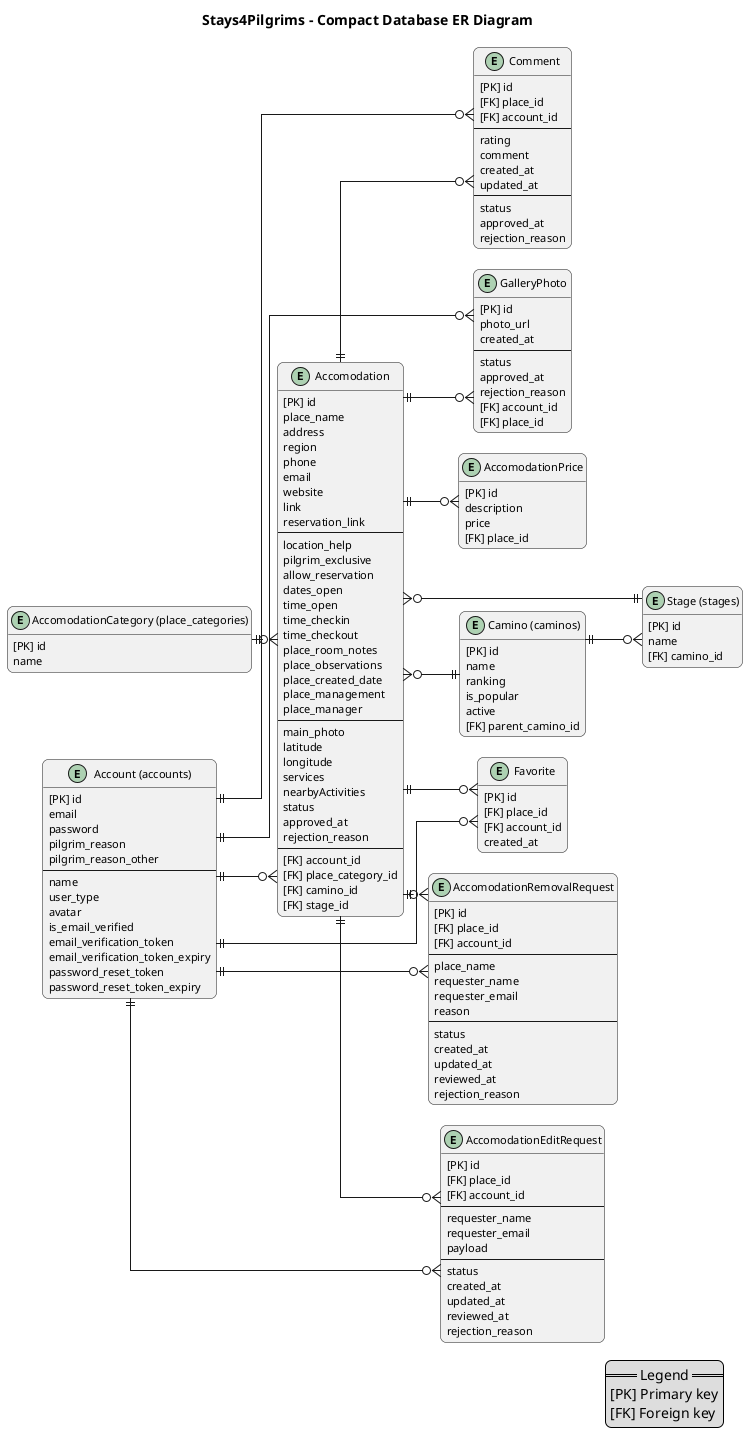
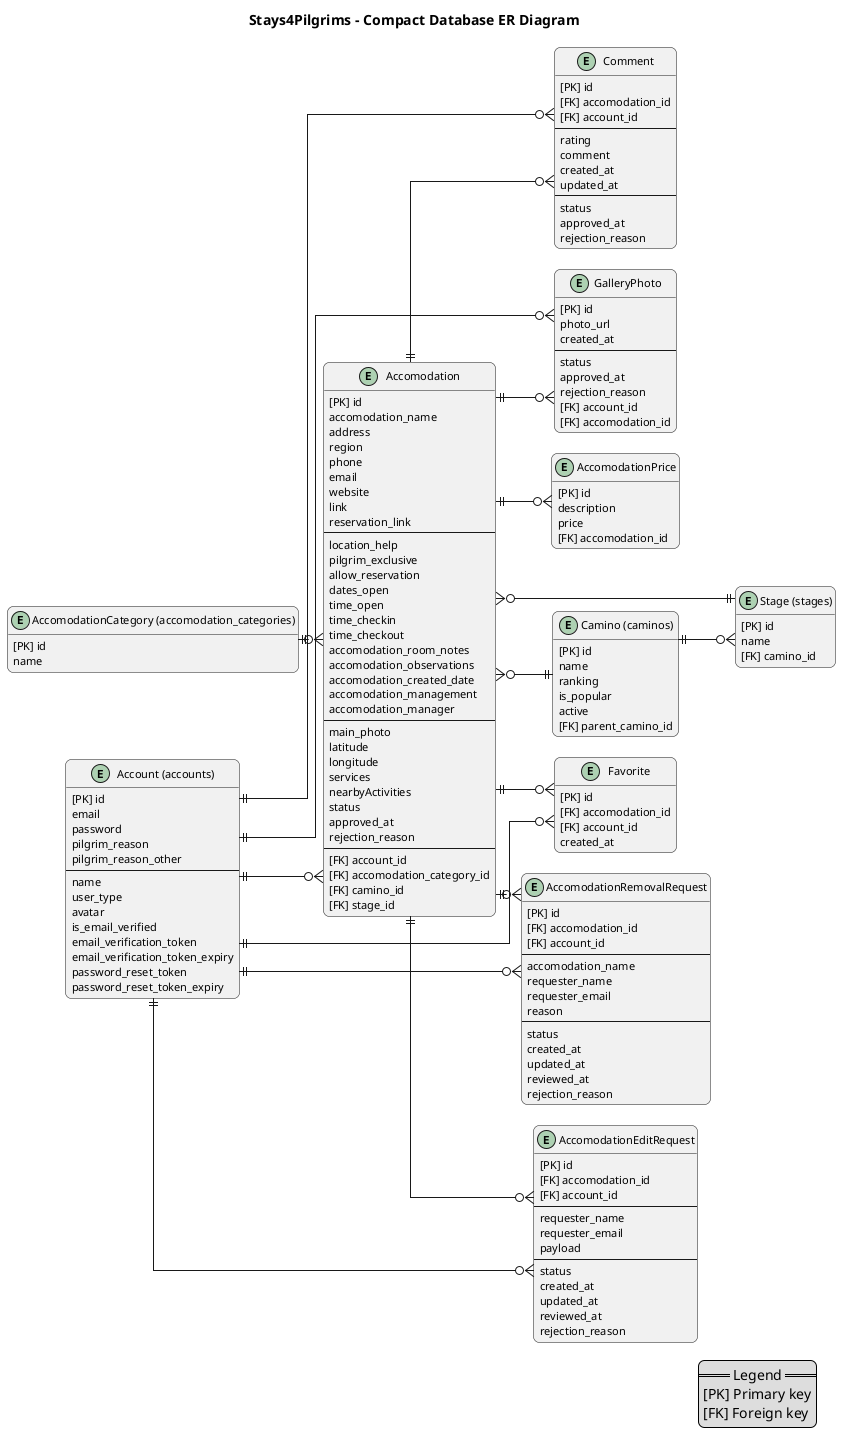
﻿@startuml
title Stays4Pilgrims - Compact Database ER Diagram

left to right direction

hide methods
hide stereotypes
skinparam shadowing false
skinparam linetype ortho
skinparam roundcorner 12
skinparam defaultFontName Arial
skinparam defaultFontSize 11
skinparam ranksep 25
skinparam nodesep 20
skinparam entity {
  BackgroundColor #FCFCFC
  BorderColor #4B5563
}

legend right
  == Legend ==
  [PK] Primary key
  [FK] Foreign key
endlegend

entity "Account (accounts)" as account {
  [PK] id
  email
  password
  pilgrim_reason
  pilgrim_reason_other
  --
  name
  user_type
  avatar
  is_email_verified
  email_verification_token
  email_verification_token_expiry
  password_reset_token
  password_reset_token_expiry
}

entity "Accomodation" as Accomodation {
  [PK] id
-   place_name
+   accomodation_name
  address
  region
  phone
  email
  website
  link
  reservation_link
  --
  location_help
  pilgrim_exclusive
  allow_reservation
  dates_open
  time_open
  time_checkin
  time_checkout
-   place_room_notes
-   place_observations
-   place_created_date
-   place_management
-   place_manager
+   accomodation_room_notes
+   accomodation_observations
+   accomodation_created_date
+   accomodation_management
+   accomodation_manager
  --
  main_photo
  latitude
  longitude
  services
  nearbyActivities
  status
  approved_at
  rejection_reason
  --
  [FK] account_id
-   [FK] place_category_id
+   [FK] accomodation_category_id
  [FK] camino_id
  [FK] stage_id
}

- entity "AccomodationCategory (place_categories)" as Accomodation_category {
+ entity "AccomodationCategory (accomodation_categories)" as Accomodation_category {
  [PK] id
  name
}

entity "Comment" as comment {
  [PK] id
-   [FK] place_id
+   [FK] accomodation_id
  [FK] account_id
  --
  rating
  comment
  created_at
  updated_at
  --
  status
  approved_at
  rejection_reason
}

entity "GalleryPhoto" as gallery_photo {
  [PK] id
  photo_url
  created_at
  --
  status
  approved_at
  rejection_reason
  [FK] account_id
-   [FK] place_id
+   [FK] accomodation_id
}

entity "Favorite" as favorite {
  [PK] id
-   [FK] place_id
+   [FK] accomodation_id
  [FK] account_id
  created_at
}

entity "AccomodationPrice" as Accomodation_price {
  [PK] id
  description
  price
-   [FK] place_id
+   [FK] accomodation_id
}

entity "AccomodationRemovalRequest" as Accomodation_removal_request {
  [PK] id
-   [FK] place_id
+   [FK] accomodation_id
  [FK] account_id
  --
-   place_name
+   accomodation_name
  requester_name
  requester_email
  reason
  --
  status
  created_at
  updated_at
  reviewed_at
  rejection_reason
}

entity "AccomodationEditRequest" as Accomodation_edit_request {
  [PK] id
-   [FK] place_id
+   [FK] accomodation_id
  [FK] account_id
  --
  requester_name
  requester_email
  payload
  --
  status
  created_at
  updated_at
  reviewed_at
  rejection_reason
}

entity "Camino (caminos)" as camino {
  [PK] id
  name
  ranking
  is_popular
  active
  [FK] parent_camino_id
}

entity "Stage (stages)" as stage {
  [PK] id
  name
  [FK] camino_id
}

account ||--o{ Accomodation
account ||--o{ comment
account ||--o{ gallery_photo
account ||--o{ favorite
account ||--o{ Accomodation_removal_request
account ||--o{ Accomodation_edit_request

Accomodation_category ||--o{ Accomodation
Accomodation ||--o{ comment
Accomodation ||--o{ gallery_photo
Accomodation ||--o{ favorite
Accomodation ||--o{ Accomodation_price
Accomodation ||--o{ Accomodation_removal_request
Accomodation ||--o{ Accomodation_edit_request
Accomodation }o--|| camino
Accomodation }o--|| stage

camino ||--o{ stage

@enduml
